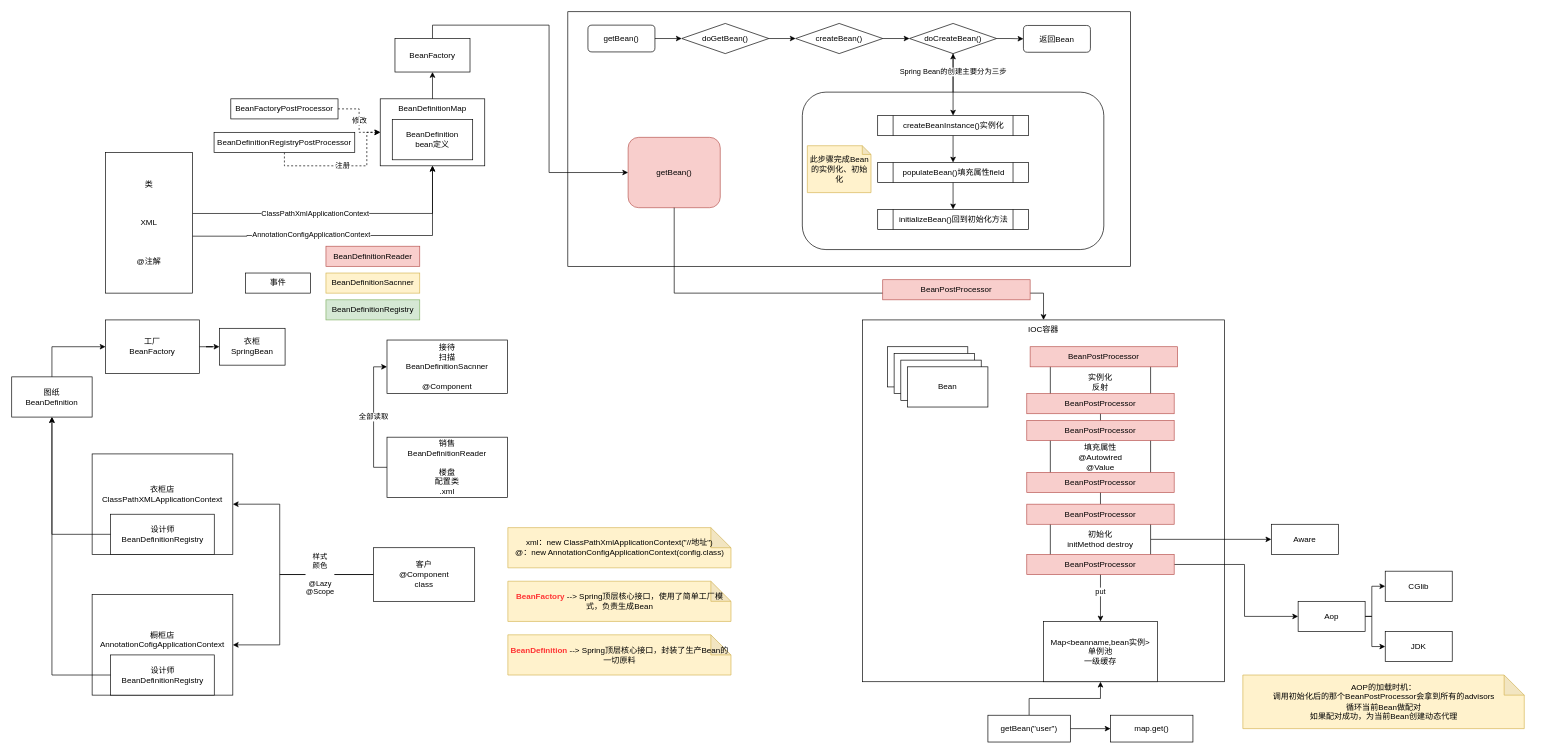
Earlier version of the draw.io diagram page "IOC" (1 of 3) of Spring.drawio (CaiShaobin/abin_drawio). Source tidied: cells renumbered, new cells numbered last; positions are measured from the earlier drawing's top-left corner, leaving out a move shared by most shapes. Both pictures are drawn from the tidied source at 67%, with x=0, y=0 at pixel (11, 11).
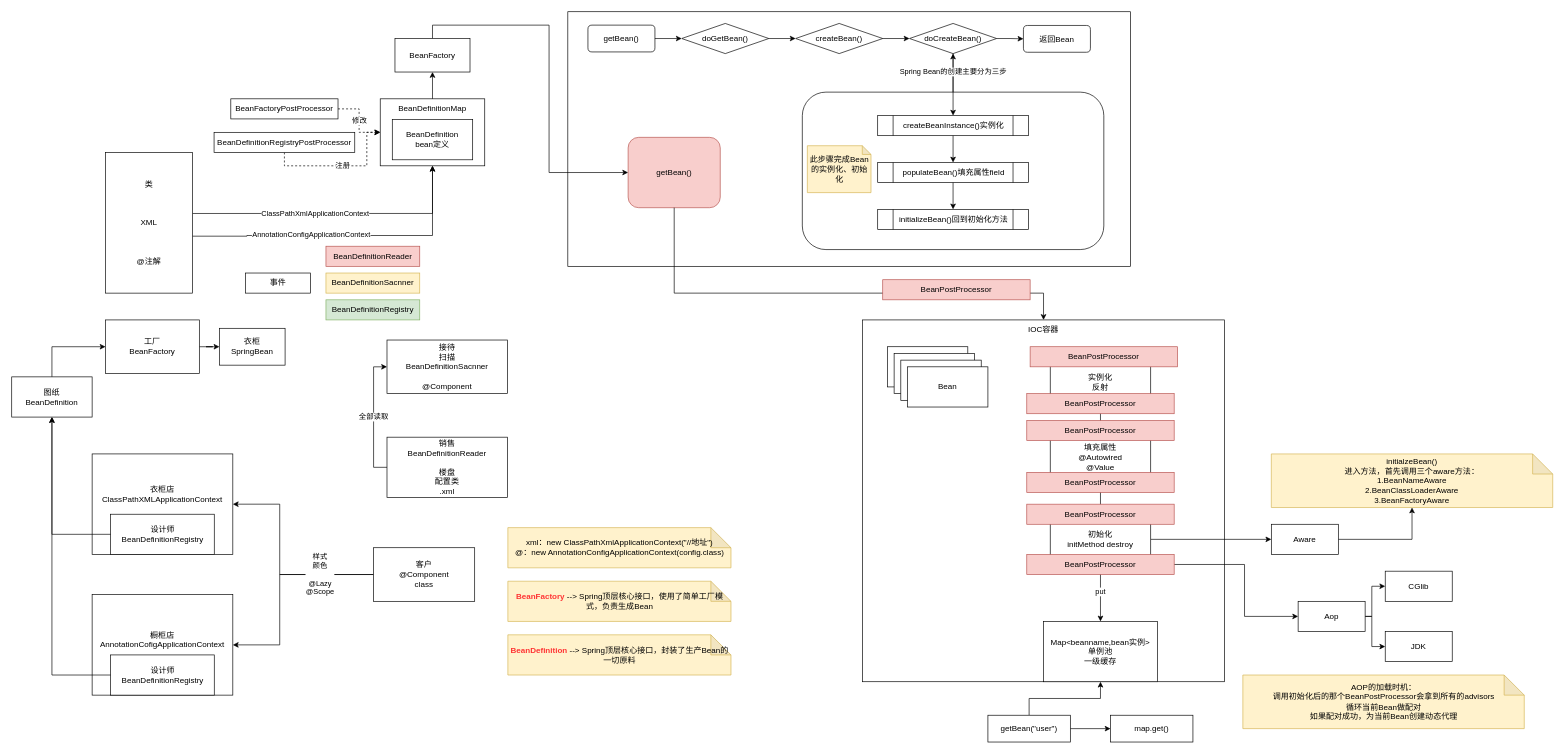
After the change.

The change refers to these unchanged cells:
```xml
<mxCell id="61" value="Aware" style="rounded=0;whiteSpace=wrap;html=1;" parent="1" vertex="1">
  <mxGeometry x="1880" y="765" width="100" height="45" as="geometry" />
</mxCell>
```

Change to the diagram source:
```diff
@@
+    <mxCell id="96" style="edgeStyle=orthogonalEdgeStyle;rounded=0;jettySize=auto;html=1;entryX=0.5;entryY=1;entryDx=0;entryDy=0;entryPerimeter=0;exitX=1;exitY=0.5;exitDx=0;exitDy=0;" parent="1" edge="1" source="61" target="97">
+      <mxGeometry relative="1" as="geometry" />
+    </mxCell>
@@
+    <mxCell id="97" value="initialzeBean()&lt;br&gt;进入方法，首先调用三个aware方法：&lt;br&gt;1.BeanNameAware&lt;br&gt;2.BeanClassLoaderAware&lt;br&gt;3.BeanFactoryAware" style="shape=note;whiteSpace=wrap;html=1;backgroundOutline=1;darkOpacity=0.05;fillColor=#fff2cc;strokeColor=#d6b656;" parent="1" vertex="1">
+      <mxGeometry x="1880" y="660" width="420" height="80" as="geometry" />
+    </mxCell>
```
